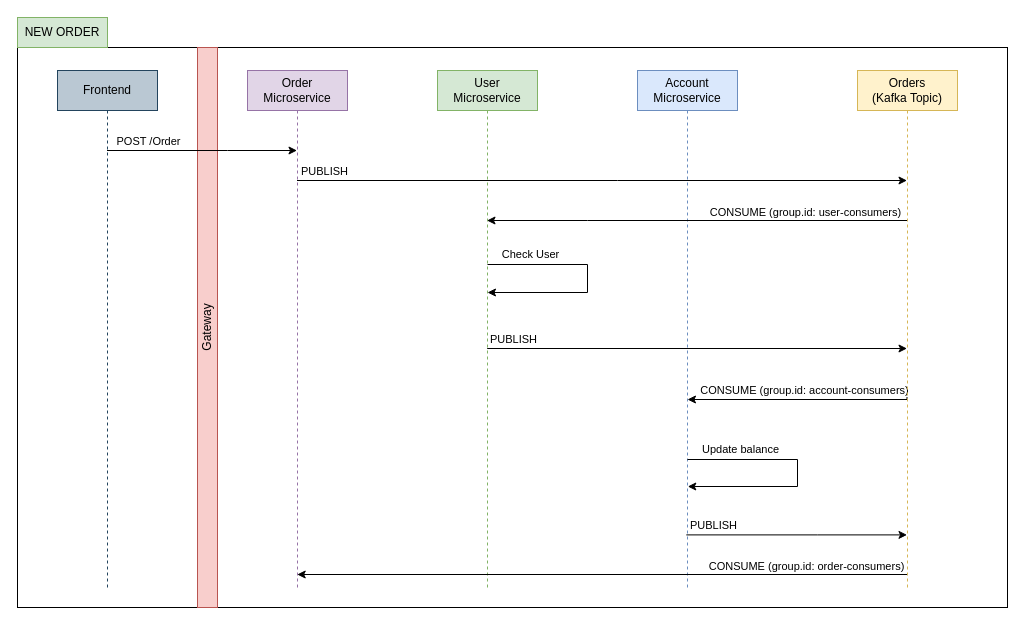
Above: page "New Order Sequence" (2 of 2) of microservices.drawio in belluccifranco/spring-concepts-microservices (draw.io), before the change. Source tidied: cells renumbered, new cells numbered last; positions are measured from the earlier drawing's top-left corner, leaving out a move shared by most shapes. Both pictures are drawn from the tidied source at 100%, with x=0, y=0 at pixel (17, 17).
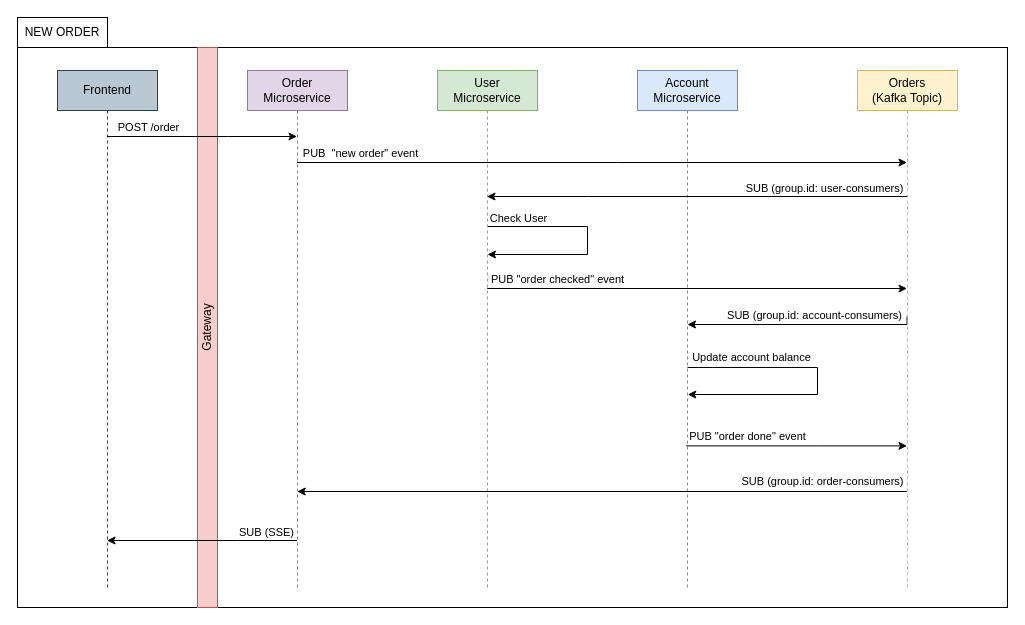
The same page after the edit.

Unchanged cells that the change refers to:
```xml
<mxCell id="3" value="Frontend" style="shape=umlLifeline;perimeter=lifelinePerimeter;whiteSpace=wrap;html=1;outlineConnect=0;fillColor=#bac8d3;strokeColor=#23445d;" parent="1" vertex="1">
  <mxGeometry x="40" y="53" width="100" height="520" as="geometry" />
</mxCell>
<mxCell id="6" value="Order Microservice" style="shape=umlLifeline;perimeter=lifelinePerimeter;whiteSpace=wrap;html=1;outlineConnect=0;fillColor=#e1d5e7;strokeColor=#9673a6;" parent="1" vertex="1">
  <mxGeometry x="230" y="53" width="100" height="520" as="geometry" />
</mxCell>
<mxCell id="11" value="User &lt;br&gt;Microservice" style="shape=umlLifeline;perimeter=lifelinePerimeter;whiteSpace=wrap;html=1;outlineConnect=0;fillColor=#d5e8d4;strokeColor=#82b366;" parent="1" vertex="1">
  <mxGeometry x="420" y="53" width="100" height="520" as="geometry" />
</mxCell>
<mxCell id="20" value="Orders&lt;br&gt;(Kafka Topic)" style="shape=umlLifeline;perimeter=lifelinePerimeter;whiteSpace=wrap;html=1;outlineConnect=0;fillColor=#fff2cc;strokeColor=#d6b656;" parent="1" vertex="1">
  <mxGeometry x="840" y="53" width="100" height="520" as="geometry" />
</mxCell>
```

The edit, as a diff of the source:
```diff
@@
-    <mxCell id="4" style="edgeStyle=orthogonalEdgeStyle;rounded=0;jettySize=auto;html=1;" parent="1" edge="1" source="6" target="20">
+    <mxCell id="4" style="edgeStyle=orthogonalEdgeStyle;rounded=0;orthogonalLoop=1;jettySize=auto;html=1;" parent="1" edge="1">
       <mxGeometry relative="1" as="geometry">
+        <mxPoint x="279.5" y="145" as="sourcePoint" />
+        <mxPoint x="889.5" y="145" as="targetPoint" />
         <Array as="points">
-          <mxPoint x="600" y="163" />
-          <mxPoint x="600" y="163" />
+          <mxPoint x="600" y="145" />
+          <mxPoint x="600" y="145" />
         </Array>
       </mxGeometry>
     </mxCell>
-    <mxCell id="5" value="PUBLISH" style="edgeLabel;html=1;align=center;verticalAlign=middle;" parent="4" vertex="1">
+    <mxCell id="5" value="PUB&amp;nbsp; &quot;new order&quot; event" style="edgeLabel;html=1;align=center;verticalAlign=middle;" parent="4" vertex="1">
       <mxGeometry x="-0.06" y="-2" relative="1" as="geometry">
-        <mxPoint x="-260" y="-12" as="offset" />
+        <mxPoint x="-224" y="-12" as="offset" />
       </mxGeometry>
     </mxCell>
@@
     <mxCell id="7" style="edgeStyle=orthogonalEdgeStyle;rounded=0;orthogonalLoop=1;jettySize=auto;html=1;startArrow=classic;startFill=1;endArrow=none;endFill=0;" parent="1" edge="1">
       <mxGeometry relative="1" as="geometry">
-        <mxPoint x="470" y="275" as="sourcePoint" />
-        <mxPoint x="470" y="247" as="targetPoint" />
+        <mxPoint x="470" y="237" as="sourcePoint" />
+        <mxPoint x="470" y="209" as="targetPoint" />
         <Array as="points">
-          <mxPoint x="570" y="275" />
-          <mxPoint x="570" y="247" />
+          <mxPoint x="570" y="237" />
+          <mxPoint x="570" y="209" />
         </Array>
       </mxGeometry>
     </mxCell>
     <mxCell id="8" value="Check User" style="edgeLabel;html=1;align=center;verticalAlign=middle;" parent="7" vertex="1">
       <mxGeometry x="0.5" y="3" relative="1" as="geometry">
-        <mxPoint x="-15" y="-14" as="offset" />
+        <mxPoint x="-27" y="-12" as="offset" />
       </mxGeometry>
     </mxCell>
     <mxCell id="9" style="edgeStyle=orthogonalEdgeStyle;rounded=0;orthogonalLoop=1;jettySize=auto;html=1;startArrow=none;startFill=0;endArrow=classic;endFill=1;" parent="1" edge="1">
       <mxGeometry relative="1" as="geometry">
-        <mxPoint x="469.7" y="331" as="sourcePoint" />
-        <mxPoint x="889.5" y="331" as="targetPoint" />
+        <mxPoint x="469.7" y="271" as="sourcePoint" />
+        <mxPoint x="889.5" y="271" as="targetPoint" />
       </mxGeometry>
     </mxCell>
-    <mxCell id="10" value="PUBLISH" style="edgeLabel;html=1;align=center;verticalAlign=middle;" parent="9" vertex="1">
+    <mxCell id="10" value="PUB &quot;order checked&quot; event" style="edgeLabel;html=1;align=center;verticalAlign=middle;" parent="9" vertex="1">
       <mxGeometry x="0.22" y="2" relative="1" as="geometry">
-        <mxPoint x="-230" y="-8" as="offset" />
+        <mxPoint x="-186" y="-8" as="offset" />
       </mxGeometry>
     </mxCell>
@@
     <mxCell id="12" style="edgeStyle=orthogonalEdgeStyle;rounded=0;orthogonalLoop=1;jettySize=auto;html=1;startArrow=none;startFill=0;endArrow=classic;endFill=1;exitX=0.488;exitY=0.822;exitDx=0;exitDy=0;exitPerimeter=0;" parent="1" edge="1">
       <mxGeometry relative="1" as="geometry">
-        <mxPoint x="668.8" y="517.4" as="sourcePoint" />
-        <mxPoint x="889.5" y="517.4" as="targetPoint" />
+        <mxPoint x="668.8" y="428.4" as="sourcePoint" />
+        <mxPoint x="889.5" y="428.4" as="targetPoint" />
         <Array as="points">
-          <mxPoint x="800" y="517" />
-          <mxPoint x="800" y="517" />
+          <mxPoint x="800" y="428" />
+          <mxPoint x="800" y="428" />
         </Array>
       </mxGeometry>
     </mxCell>
-    <mxCell id="13" value="PUBLISH" style="edgeLabel;html=1;align=center;verticalAlign=middle;" parent="12" vertex="1">
+    <mxCell id="13" value="PUB &quot;order done&quot; event" style="edgeLabel;html=1;align=center;verticalAlign=middle;" parent="12" vertex="1">
       <mxGeometry x="0.19" y="3" relative="1" as="geometry">
-        <mxPoint x="-104" y="-7" as="offset" />
+        <mxPoint x="-70" y="-7" as="offset" />
       </mxGeometry>
     </mxCell>
@@
-    <mxCell id="15" style="edgeStyle=orthogonalEdgeStyle;rounded=0;jettySize=auto;html=1;" parent="1" edge="1" source="20" target="11">
+    <mxCell id="15" style="edgeStyle=orthogonalEdgeStyle;rounded=0;orthogonalLoop=1;jettySize=auto;html=1;" parent="1" edge="1">
       <mxGeometry relative="1" as="geometry">
+        <mxPoint x="889.5" y="179" as="sourcePoint" />
+        <mxPoint x="469.5" y="179" as="targetPoint" />
         <Array as="points">
-          <mxPoint x="570" y="203" />
-          <mxPoint x="570" y="203" />
+          <mxPoint x="570" y="179" />
+          <mxPoint x="570" y="179" />
         </Array>
       </mxGeometry>
     </mxCell>
-    <mxCell id="16" value="CONSUME (group.id: user-consumers)" style="edgeLabel;html=1;align=center;verticalAlign=middle;" parent="15" vertex="1">
+    <mxCell id="16" value="SUB (group.id: user-consumers)" style="edgeLabel;html=1;align=center;verticalAlign=middle;" parent="15" vertex="1">
       <mxGeometry x="-0.27" y="2" relative="1" as="geometry">
-        <mxPoint x="51" y="-11" as="offset" />
+        <mxPoint x="70" y="-11" as="offset" />
       </mxGeometry>
     </mxCell>
     <mxCell id="17" style="edgeStyle=orthogonalEdgeStyle;rounded=0;orthogonalLoop=1;jettySize=auto;html=1;startArrow=none;startFill=0;endArrow=classic;endFill=1;" parent="1" edge="1">
       <mxGeometry relative="1" as="geometry">
-        <mxPoint x="889.5" y="374" as="sourcePoint" />
-        <mxPoint x="670" y="382" as="targetPoint" />
+        <mxPoint x="889.5" y="299" as="sourcePoint" />
+        <mxPoint x="670" y="307" as="targetPoint" />
         <Array as="points">
-          <mxPoint x="890" y="382" />
-          <mxPoint x="670" y="382" />
+          <mxPoint x="890" y="307" />
+          <mxPoint x="670" y="307" />
         </Array>
       </mxGeometry>
     </mxCell>
-    <mxCell id="18" value="CONSUME (group.id: account-consumers)" style="edgeLabel;html=1;align=center;verticalAlign=middle;" parent="17" vertex="1">
+    <mxCell id="18" value="SUB (group.id: account-consumers)" style="edgeLabel;html=1;align=center;verticalAlign=middle;" parent="17" vertex="1">
       <mxGeometry x="-0.21" y="-1" relative="1" as="geometry">
-        <mxPoint x="-21" y="-9" as="offset" />
+        <mxPoint x="-11" y="-9" as="offset" />
       </mxGeometry>
     </mxCell>
     <mxCell id="19" style="edgeStyle=orthogonalEdgeStyle;rounded=0;orthogonalLoop=1;jettySize=auto;html=1;" parent="1" edge="1">
       <mxGeometry relative="1" as="geometry">
-        <mxPoint x="889.5" y="557" as="sourcePoint" />
-        <mxPoint x="279.7" y="557" as="targetPoint" />
+        <mxPoint x="889.5" y="474" as="sourcePoint" />
+        <mxPoint x="279.7" y="474" as="targetPoint" />
       </mxGeometry>
     </mxCell>
@@
-    <mxCell id="22" style="edgeStyle=orthogonalEdgeStyle;rounded=0;jettySize=auto;html=1;" parent="1" edge="1" source="3" target="6">
+    <mxCell id="22" style="edgeStyle=orthogonalEdgeStyle;rounded=0;orthogonalLoop=1;jettySize=auto;html=1;" parent="1" edge="1">
       <mxGeometry relative="1" as="geometry">
+        <mxPoint x="89.5" y="119" as="sourcePoint" />
+        <mxPoint x="279.5" y="119" as="targetPoint" />
         <Array as="points">
-          <mxPoint x="210" y="133" />
-          <mxPoint x="210" y="133" />
+          <mxPoint x="210" y="119" />
+          <mxPoint x="210" y="119" />
         </Array>
       </mxGeometry>
     </mxCell>
-    <mxCell id="23" value="POST /Order" style="edgeLabel;html=1;align=center;verticalAlign=middle;" parent="22" vertex="1">
+    <mxCell id="23" value="POST /order" style="edgeLabel;html=1;align=center;verticalAlign=middle;" parent="22" vertex="1">
       <mxGeometry x="0.28" y="3" relative="1" as="geometry">
         <mxPoint x="-81" y="-7" as="offset" />
       </mxGeometry>
     </mxCell>
     <mxCell id="24" style="edgeStyle=orthogonalEdgeStyle;rounded=0;orthogonalLoop=1;jettySize=auto;html=1;startArrow=none;startFill=0;endArrow=classic;endFill=1;" parent="1" edge="1">
       <mxGeometry relative="1" as="geometry">
-        <mxPoint x="670" y="442" as="sourcePoint" />
-        <mxPoint x="670.3" y="469" as="targetPoint" />
+        <mxPoint x="670" y="350" as="sourcePoint" />
+        <mxPoint x="670.3" y="377" as="targetPoint" />
         <Array as="points">
-          <mxPoint x="780" y="442" />
-          <mxPoint x="780" y="469" />
+          <mxPoint x="800" y="350" />
+          <mxPoint x="800" y="377" />
         </Array>
       </mxGeometry>
     </mxCell>
-    <mxCell id="25" value="Update balance" style="edgeLabel;html=1;align=center;verticalAlign=middle;" parent="24" vertex="1">
+    <mxCell id="25" value="Update account balance" style="edgeLabel;html=1;align=center;verticalAlign=middle;" parent="24" vertex="1">
       <mxGeometry x="-0.45" relative="1" as="geometry">
         <mxPoint x="-16" y="-11" as="offset" />
       </mxGeometry>
     </mxCell>
-    <mxCell id="26" value="CONSUME (group.id: order-consumers)" style="edgeLabel;html=1;align=center;verticalAlign=middle;" parent="1" vertex="1">
-      <mxGeometry x="788" y="548" as="geometry" />
+    <mxCell id="26" value="SUB (group.id: order-consumers)" style="edgeLabel;html=1;align=center;verticalAlign=middle;" parent="1" vertex="1">
+      <mxGeometry x="804" y="463" as="geometry" />
     </mxCell>
-    <mxCell id="27" value="NEW ORDER" style="text;html=1;strokeColor=#82b366;fillColor=#d5e8d4;align=center;verticalAlign=middle;whiteSpace=wrap;rounded=0;" parent="1" vertex="1">
+    <mxCell id="27" value="NEW ORDER" style="text;html=1;align=center;verticalAlign=middle;whiteSpace=wrap;rounded=0;strokeColor=default;" parent="1" vertex="1">
       <mxGeometry width="90" height="30" as="geometry" />
     </mxCell>
+    <mxCell id="28" style="edgeStyle=orthogonalEdgeStyle;rounded=0;jettySize=auto;html=1;" parent="1" edge="1" source="6" target="3">
+      <mxGeometry relative="1" as="geometry">
+        <Array as="points">
+          <mxPoint x="220" y="523" />
+          <mxPoint x="220" y="523" />
+        </Array>
+      </mxGeometry>
+    </mxCell>
+    <mxCell id="29" value="SUB (SSE)" style="edgeLabel;html=1;align=center;verticalAlign=middle;" parent="28" vertex="1">
+      <mxGeometry x="-0.7" y="-2" relative="1" as="geometry">
+        <mxPoint x="-2" y="-7" as="offset" />
+      </mxGeometry>
+    </mxCell>
```
